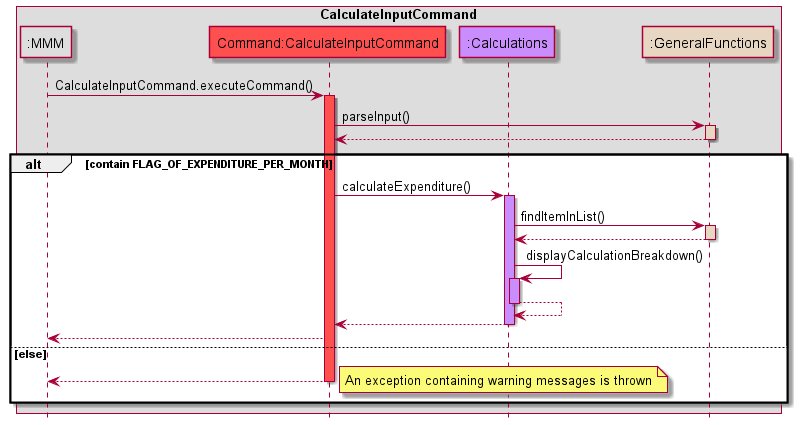
This is docs/images/CalculateCommandSequenceDiagram.png from nus-cs2113-AY2122S2/tp, a PlantUML export, as it was before one commit.
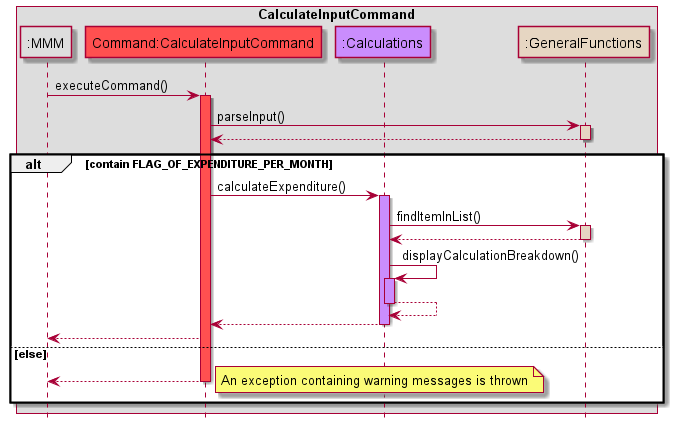
The same file after the commit.

Commit message:
Update sequence diagram to conform to UML standards

Change to the diagram source:
```diff
@@ -9,7 +9,7 @@
 end box
 hide footbox
 
-MMM -> CalculateInputCommand: CalculateInputCommand.executeCommand()
+MMM -> CalculateInputCommand: executeCommand()
 activate CalculateInputCommand COMMANDS_COLOUR
 
 CalculateInputCommand -> GeneralFunctions: parseInput()
```
